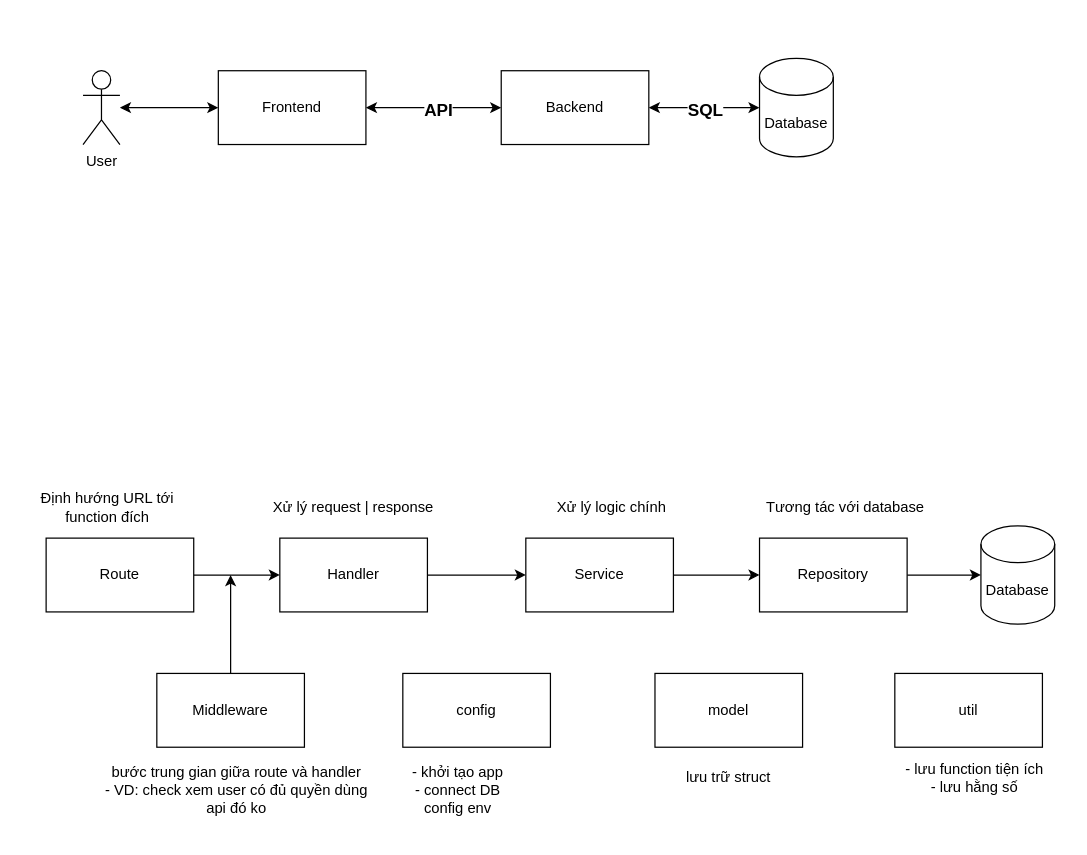
Above: structure.drawio in codeclubvn/go-boilerplate (draw.io), before the change. Source tidied: cells renumbered, new cells numbered last; positions are measured from the earlier drawing's top-left corner, leaving out a move shared by most shapes. Both pictures are drawn from the tidied source at 123%, with x=0, y=0 at pixel (21, 58).
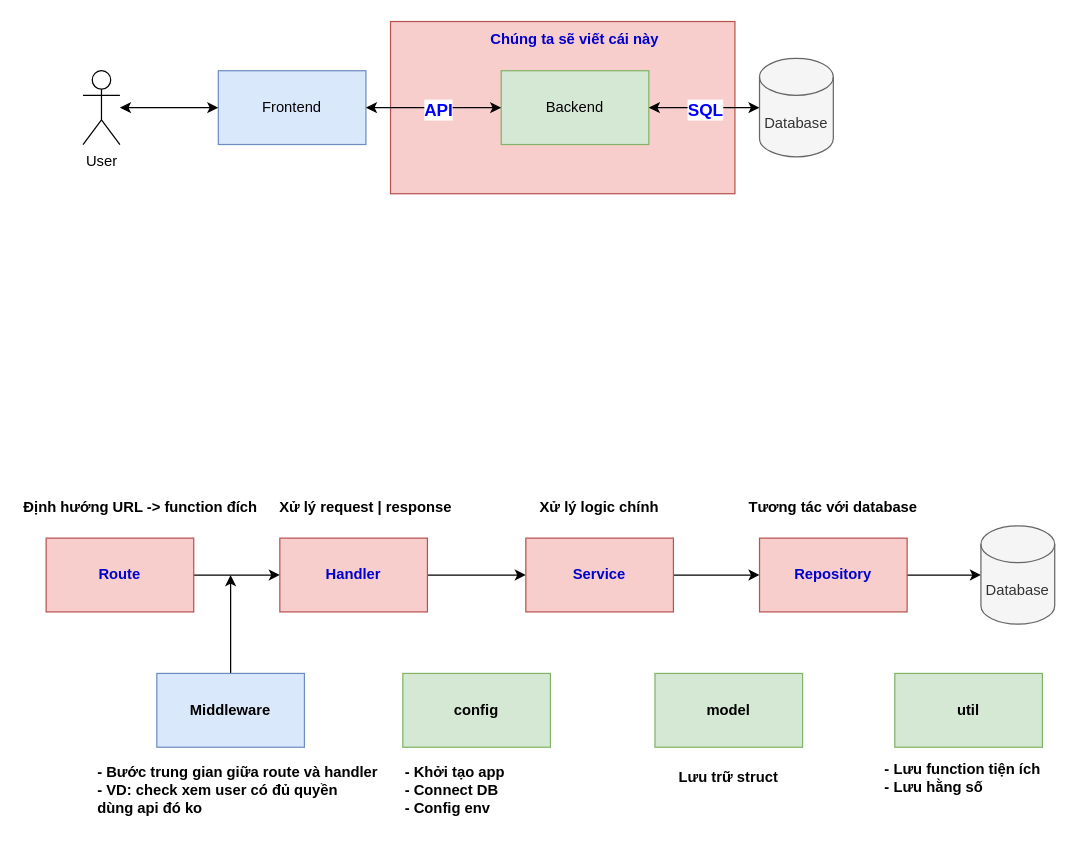
The same page after the edit.

Unchanged cells that the change refers to:
```xml
<mxCell id="6" style="endArrow=classic;startArrow=classic;html=1;rounded=0;exitX=1;exitY=0.5;exitDx=0;exitDy=0;entryX=0;entryY=0.5;entryDx=0;entryDy=0;" parent="1" edge="1" source="2" target="4">
  <mxGeometry relative="1" as="geometry" />
</mxCell>
<mxCell id="8" style="endArrow=classic;startArrow=classic;html=1;rounded=0;exitX=1;exitY=0.5;exitDx=0;exitDy=0;entryX=0;entryY=0.5;entryDx=0;entryDy=0;entryPerimeter=0;" parent="1" edge="1" source="4" target="5">
  <mxGeometry relative="1" as="geometry" />
</mxCell>
```

What changed in the source:
```diff
@@
+    <mxCell id="33" style="rounded=0;whiteSpace=wrap;html=1;fillColor=#f8cecc;strokeColor=#b85450;" parent="1" vertex="1">
+      <mxGeometry x="300" y="-30" width="280" height="140" as="geometry" />
+    </mxCell>
-    <mxCell id="2" value="Frontend" style="rounded=0;whiteSpace=wrap;html=1;" parent="1" vertex="1">
+    <mxCell id="2" value="Frontend" style="rounded=0;whiteSpace=wrap;html=1;fillColor=#dae8fc;strokeColor=#6c8ebf;" parent="1" vertex="1">
       <mxGeometry x="160" y="10" width="120" height="60" as="geometry" />
     </mxCell>
@@
-    <mxCell id="4" value="Backend" style="rounded=0;whiteSpace=wrap;html=1;" parent="1" vertex="1">
+    <mxCell id="4" value="Backend" style="rounded=0;whiteSpace=wrap;html=1;fillColor=#d5e8d4;strokeColor=#82b366;" parent="1" vertex="1">
       <mxGeometry x="390" y="10" width="120" height="60" as="geometry" />
     </mxCell>
-    <mxCell id="5" value="Database" style="shape=cylinder3;whiteSpace=wrap;html=1;boundedLbl=1;backgroundOutline=1;size=15;" parent="1" vertex="1">
+    <mxCell id="5" value="Database" style="shape=cylinder3;whiteSpace=wrap;html=1;boundedLbl=1;backgroundOutline=1;size=15;fillColor=#f5f5f5;fontColor=#333333;strokeColor=#666666;" parent="1" vertex="1">
       <mxGeometry x="600" width="60" height="80" as="geometry" />
     </mxCell>
@@
-    <mxCell id="7" value="&lt;b&gt;&lt;font style=&quot;font-size: 14px;&quot;&gt;API&lt;/font&gt;&lt;/b&gt;" style="edgeLabel;html=1;align=center;verticalAlign=middle;" parent="6" vertex="1">
+    <mxCell id="7" value="&lt;b&gt;&lt;font style=&quot;font-size: 14px;&quot;&gt;API&lt;/font&gt;&lt;/b&gt;" style="edgeLabel;html=1;align=center;verticalAlign=middle;fontColor=#0000FF;" parent="6" vertex="1">
       <mxGeometry x="0.05" y="-1" relative="1" as="geometry" />
     </mxCell>
@@
-    <mxCell id="9" value="&lt;b&gt;&lt;font style=&quot;font-size: 14px;&quot;&gt;SQL&lt;/font&gt;&lt;/b&gt;" style="edgeLabel;html=1;align=center;verticalAlign=middle;" parent="8" vertex="1">
+    <mxCell id="9" value="&lt;b&gt;&lt;font style=&quot;font-size: 14px;&quot;&gt;SQL&lt;/font&gt;&lt;/b&gt;" style="edgeLabel;html=1;align=center;verticalAlign=middle;fontColor=#0000FF;" parent="8" vertex="1">
       <mxGeometry y="-1" relative="1" as="geometry" />
     </mxCell>
@@
-    <mxCell id="12" value="Handler" style="rounded=0;whiteSpace=wrap;html=1;" parent="1" vertex="1">
+    <mxCell id="12" value="Handler" style="rounded=0;whiteSpace=wrap;html=1;fillColor=#f8cecc;strokeColor=#b85450;fontStyle=1;fontColor=#0000CC;" parent="1" vertex="1">
       <mxGeometry x="210" y="390" width="120" height="60" as="geometry" />
     </mxCell>
@@
-    <mxCell id="14" value="Route" style="rounded=0;whiteSpace=wrap;html=1;" parent="1" vertex="1">
+    <mxCell id="14" value="Route" style="rounded=0;whiteSpace=wrap;html=1;fillColor=#f8cecc;strokeColor=#b85450;fontStyle=1;fontColor=#0000CC;" parent="1" vertex="1">
       <mxGeometry x="20" y="390" width="120" height="60" as="geometry" />
     </mxCell>
@@
-    <mxCell id="16" value="Service" style="rounded=0;whiteSpace=wrap;html=1;" parent="1" vertex="1">
+    <mxCell id="16" value="Service" style="rounded=0;whiteSpace=wrap;html=1;fillColor=#f8cecc;strokeColor=#b85450;fontStyle=1;fontColor=#0000CC;" parent="1" vertex="1">
       <mxGeometry x="410" y="390" width="120" height="60" as="geometry" />
     </mxCell>
@@
-    <mxCell id="18" value="Middleware" style="rounded=0;whiteSpace=wrap;html=1;" parent="1" vertex="1">
+    <mxCell id="18" value="Middleware" style="rounded=0;whiteSpace=wrap;html=1;fillColor=#dae8fc;strokeColor=#6c8ebf;fontStyle=1;" parent="1" vertex="1">
       <mxGeometry x="110" y="500" width="120" height="60" as="geometry" />
     </mxCell>
@@
-    <mxCell id="20" value="Repository" style="rounded=0;whiteSpace=wrap;html=1;" parent="1" vertex="1">
+    <mxCell id="20" value="Repository" style="rounded=0;whiteSpace=wrap;html=1;fillColor=#f8cecc;strokeColor=#b85450;fontStyle=1;fontColor=#0000CC;" parent="1" vertex="1">
       <mxGeometry x="600" y="390" width="120" height="60" as="geometry" />
     </mxCell>
-    <mxCell id="21" value="Database" style="shape=cylinder3;whiteSpace=wrap;html=1;boundedLbl=1;backgroundOutline=1;size=15;" parent="1" vertex="1">
+    <mxCell id="21" value="Database" style="shape=cylinder3;whiteSpace=wrap;html=1;boundedLbl=1;backgroundOutline=1;size=15;fillColor=#f5f5f5;fontColor=#333333;strokeColor=#666666;" parent="1" vertex="1">
       <mxGeometry x="780" y="380" width="60" height="80" as="geometry" />
     </mxCell>
-    <mxCell id="22" value="Xử lý request | response" style="text;html=1;strokeColor=none;fillColor=none;align=center;verticalAlign=middle;whiteSpace=wrap;rounded=0;" parent="1" vertex="1">
-      <mxGeometry x="200" y="350" width="140" height="30" as="geometry" />
+    <mxCell id="22" value="Xử lý request | response" style="text;html=1;strokeColor=none;fillColor=none;align=center;verticalAlign=middle;whiteSpace=wrap;rounded=0;fontStyle=1;" parent="1" vertex="1">
+      <mxGeometry x="200" y="350" width="160" height="30" as="geometry" />
     </mxCell>
-    <mxCell id="23" value="Xử lý logic chính" style="text;html=1;strokeColor=none;fillColor=none;align=center;verticalAlign=middle;whiteSpace=wrap;rounded=0;" parent="1" vertex="1">
-      <mxGeometry x="410" y="350" width="140" height="30" as="geometry" />
+    <mxCell id="23" value="Xử lý logic chính" style="text;html=1;strokeColor=none;fillColor=none;align=center;verticalAlign=middle;whiteSpace=wrap;rounded=0;fontStyle=1;" parent="1" vertex="1">
+      <mxGeometry x="400" y="350" width="140" height="30" as="geometry" />
     </mxCell>
-    <mxCell id="24" value="Tương tác với database" style="text;html=1;strokeColor=none;fillColor=none;align=center;verticalAlign=middle;whiteSpace=wrap;rounded=0;" parent="1" vertex="1">
-      <mxGeometry x="600" y="350" width="140" height="30" as="geometry" />
+    <mxCell id="24" value="Tương tác với database" style="text;html=1;strokeColor=none;fillColor=none;align=center;verticalAlign=middle;whiteSpace=wrap;rounded=0;fontStyle=1;" parent="1" vertex="1">
+      <mxGeometry x="590" y="350" width="140" height="30" as="geometry" />
     </mxCell>
-    <mxCell id="25" value="bước trung gian giữa route và handler&lt;br&gt;- VD: check xem user có đủ quyền dùng api đó ko" style="text;html=1;strokeColor=none;fillColor=none;align=center;verticalAlign=middle;whiteSpace=wrap;rounded=0;" parent="1" vertex="1">
+    <mxCell id="25" value="- Bước trung gian giữa route và handler&lt;br&gt;- VD: check xem user có đủ quyền dùng api đó ko" style="text;html=1;strokeColor=none;fillColor=none;align=left;verticalAlign=middle;whiteSpace=wrap;rounded=0;fontStyle=1;" parent="1" vertex="1">
       <mxGeometry x="60" y="560" width="230" height="70" as="geometry" />
     </mxCell>
-    <mxCell id="26" value="Định hướng URL tới function đích" style="text;html=1;strokeColor=none;fillColor=none;align=center;verticalAlign=middle;whiteSpace=wrap;rounded=0;" parent="1" vertex="1">
-      <mxGeometry y="350" width="140" height="30" as="geometry" />
+    <mxCell id="26" value="Định hướng URL -&amp;gt; function đích" style="text;html=1;strokeColor=none;fillColor=none;align=left;verticalAlign=middle;whiteSpace=wrap;rounded=0;fontStyle=1;" parent="1" vertex="1">
+      <mxGeometry y="350" width="200" height="30" as="geometry" />
     </mxCell>
-    <mxCell id="27" value="config" style="rounded=0;whiteSpace=wrap;html=1;" parent="1" vertex="1">
+    <mxCell id="27" value="config" style="rounded=0;whiteSpace=wrap;html=1;fillColor=#d5e8d4;strokeColor=#82b366;fontStyle=1;" parent="1" vertex="1">
       <mxGeometry x="310" y="500" width="120" height="60" as="geometry" />
     </mxCell>
-    <mxCell id="28" value="- khởi tạo app&lt;br&gt;- connect DB&lt;br&gt;config env" style="text;html=1;strokeColor=none;fillColor=none;align=center;verticalAlign=middle;whiteSpace=wrap;rounded=0;" parent="1" vertex="1">
-      <mxGeometry x="280" y="580" width="150" height="30" as="geometry" />
+    <mxCell id="28" value="- Khởi tạo app&lt;br&gt;- Connect DB&lt;br&gt;- Config env" style="text;html=1;strokeColor=none;fillColor=none;align=left;verticalAlign=middle;whiteSpace=wrap;rounded=0;fontStyle=1;" parent="1" vertex="1">
+      <mxGeometry x="310" y="580" width="150" height="30" as="geometry" />
     </mxCell>
-    <mxCell id="29" value="lưu trữ struct" style="text;html=1;strokeColor=none;fillColor=none;align=center;verticalAlign=middle;whiteSpace=wrap;rounded=0;" parent="1" vertex="1">
+    <mxCell id="29" value="Lưu trữ struct" style="text;html=1;strokeColor=none;fillColor=none;align=center;verticalAlign=middle;whiteSpace=wrap;rounded=0;fontStyle=1;" parent="1" vertex="1">
       <mxGeometry x="500" y="570" width="150" height="30" as="geometry" />
     </mxCell>
-    <mxCell id="30" value="model" style="rounded=0;whiteSpace=wrap;html=1;" parent="1" vertex="1">
+    <mxCell id="30" value="model" style="rounded=0;whiteSpace=wrap;html=1;fillColor=#d5e8d4;strokeColor=#82b366;fontStyle=1;" parent="1" vertex="1">
       <mxGeometry x="515" y="500" width="120" height="60" as="geometry" />
     </mxCell>
-    <mxCell id="31" value="util" style="rounded=0;whiteSpace=wrap;html=1;" parent="1" vertex="1">
+    <mxCell id="31" value="util" style="rounded=0;whiteSpace=wrap;html=1;fillColor=#d5e8d4;strokeColor=#82b366;fontStyle=1;" parent="1" vertex="1">
       <mxGeometry x="710" y="500" width="120" height="60" as="geometry" />
     </mxCell>
-    <mxCell id="32" value="- lưu function tiện ích&lt;br&gt;- lưu hằng số" style="text;html=1;strokeColor=none;fillColor=none;align=center;verticalAlign=middle;whiteSpace=wrap;rounded=0;" parent="1" vertex="1">
+    <mxCell id="32" value="- Lưu function tiện ích&lt;br&gt;- Lưu hằng số" style="text;html=1;strokeColor=none;fillColor=none;align=left;verticalAlign=middle;whiteSpace=wrap;rounded=0;fontStyle=1;" parent="1" vertex="1">
       <mxGeometry x="700" y="570" width="150" height="30" as="geometry" />
     </mxCell>
+    <mxCell id="34" value="Chúng ta sẽ viết cái này" style="text;html=1;strokeColor=none;fillColor=none;align=center;verticalAlign=middle;whiteSpace=wrap;rounded=0;fontStyle=1;fontColor=#0000CC;" parent="1" vertex="1">
+      <mxGeometry x="380" y="-30" width="140" height="30" as="geometry" />
+    </mxCell>
```
